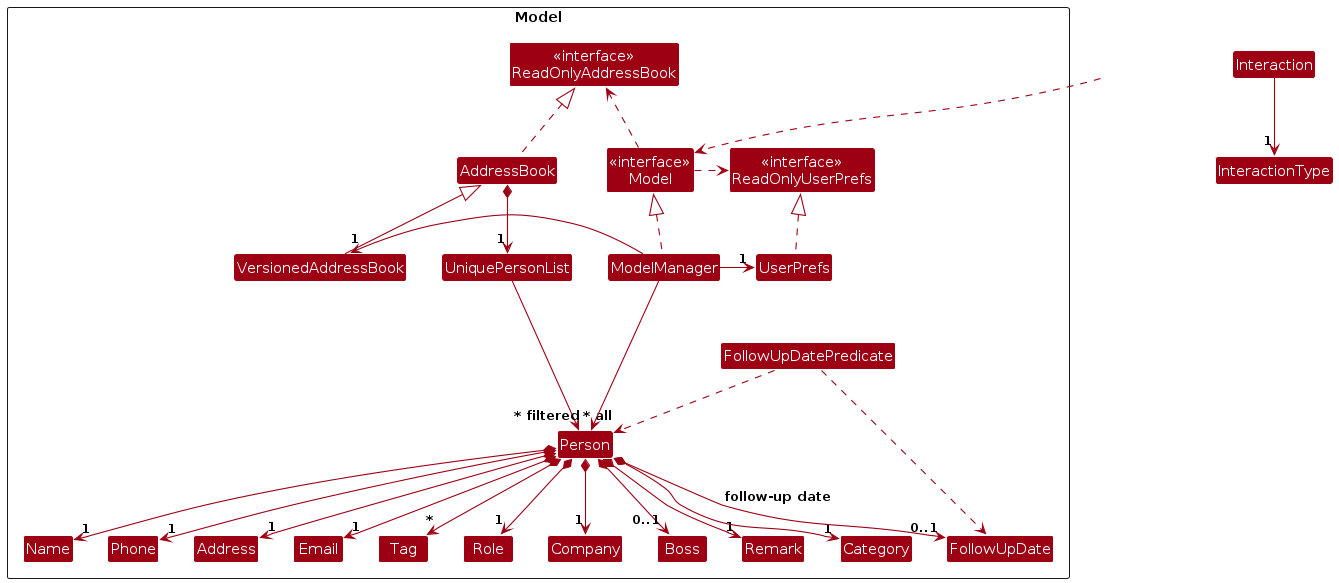
Earlier version of the PlantUML export diagrams/ModelClassDiagram.png (AY2627S1-CS2103T-F12-2/tp). Its source is kept beside it as diagrams/ModelClassDiagram.puml.
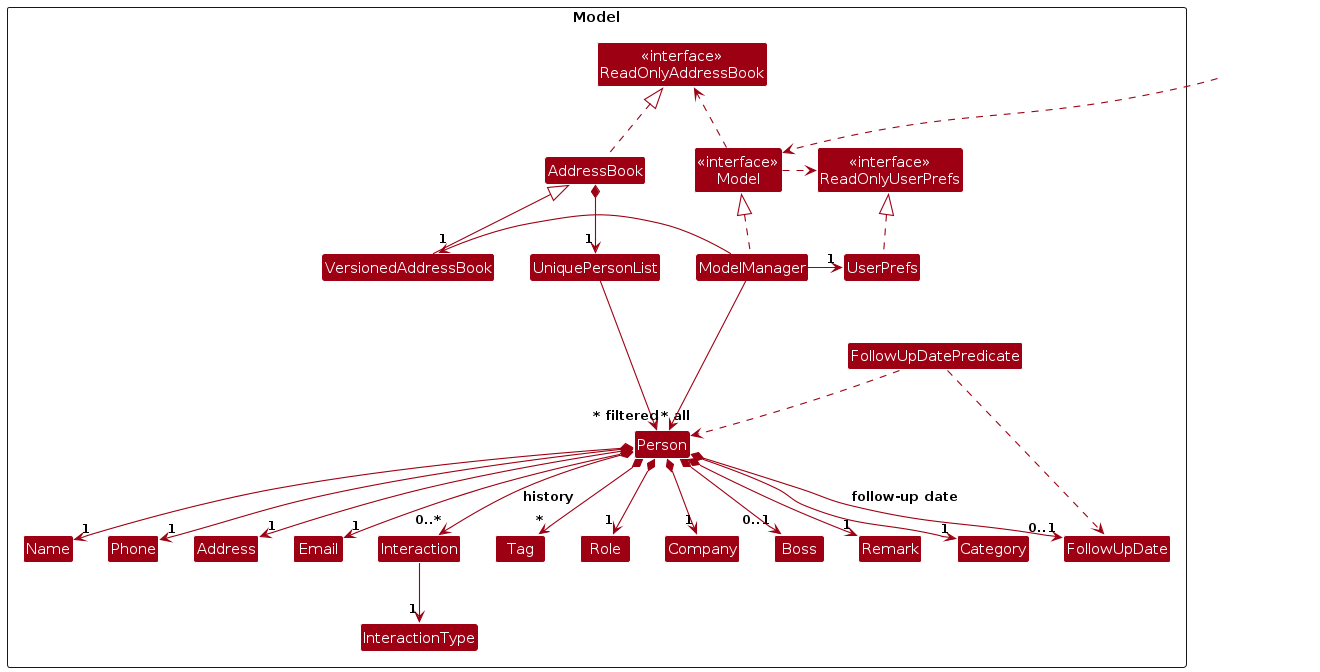
The same diagram one commit later.

Change to the diagram source:
```diff
@@ -15,6 +15,8 @@
 
 Class UniquePersonList
 Class Person
+Class Interaction
+Enum InteractionType
 Class Address
 Class Email
 Class Name
@@ -57,7 +59,7 @@
 Person *--> "1" Remark
 Person *--> "1" Category
 Person *--> "0..1" FollowUpDate : follow-up date
-
+Person *--> "0..*" Interaction : history
 Interaction --> "1" InteractionType
 
 FollowUpDatePredicate ..> FollowUpDate
```
